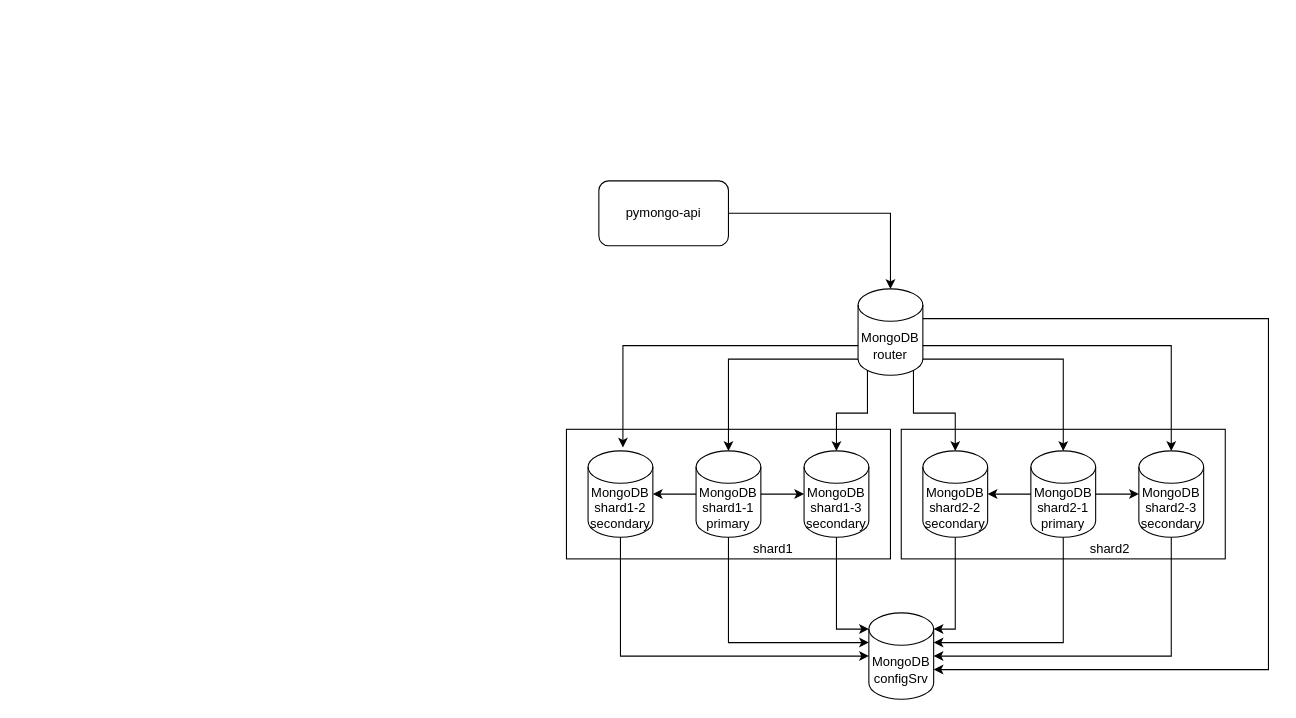
The draw.io diagram diagrams/task1.drawio in Alex009/architecture-sprint-2, before the edit. Source tidied: cells renumbered, new cells numbered last; positions are measured from the earlier drawing's top-left corner, leaving out a move shared by most shapes. Both pictures are drawn from the tidied source at 108%, with x=0, y=0 at pixel (566, 180).
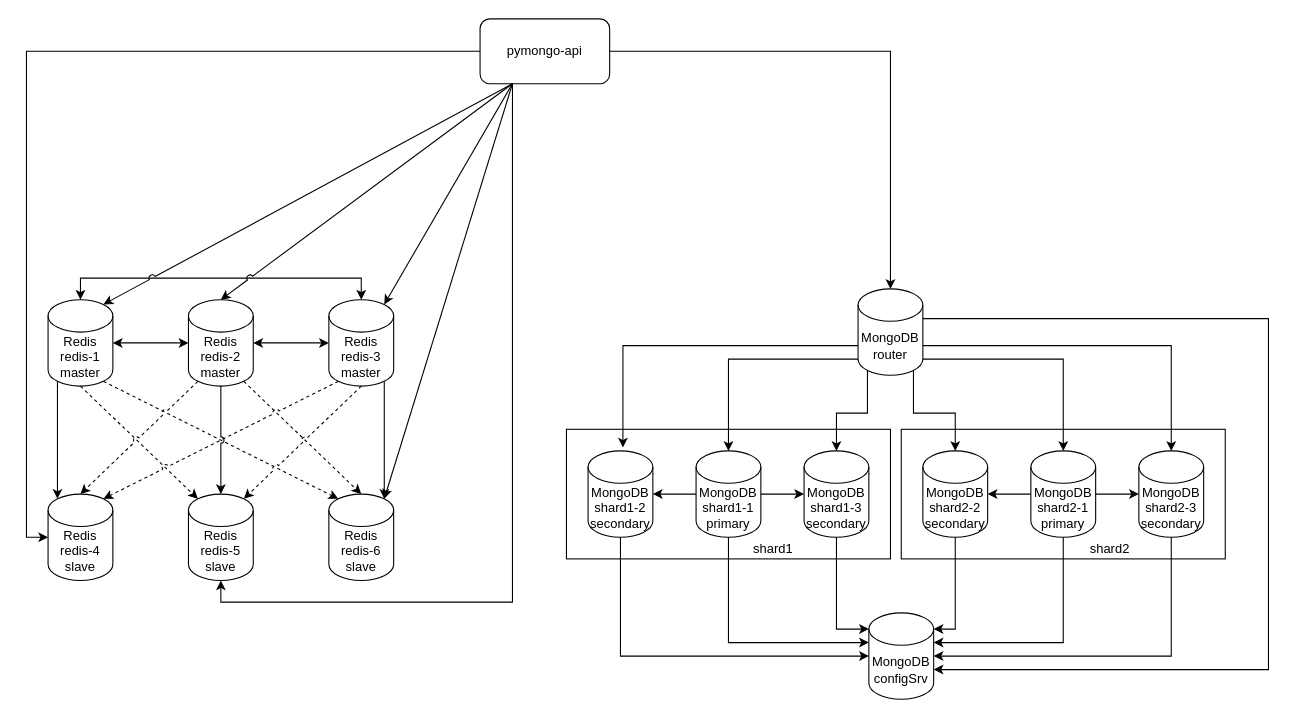
After the change.

Change to the diagram source:
```diff
@@
     <mxCell id="16" value="pymongo-api" style="rounded=1;whiteSpace=wrap;html=1;" parent="1" vertex="1">
-      <mxGeometry x="30" width="120" height="60" as="geometry" />
+      <mxGeometry x="-80" y="-150" width="120" height="60" as="geometry" />
     </mxCell>
@@
+    <mxCell id="33" value="Redis&lt;br&gt;redis-3&lt;br&gt;master" style="shape=cylinder3;whiteSpace=wrap;html=1;boundedLbl=1;backgroundOutline=1;size=15;" parent="1" vertex="1">
+      <mxGeometry x="-220" y="110" width="60" height="80" as="geometry" />
+    </mxCell>
+    <mxCell id="34" value="Redis&lt;br&gt;redis-2&lt;br&gt;master" style="shape=cylinder3;whiteSpace=wrap;html=1;boundedLbl=1;backgroundOutline=1;size=15;" parent="1" vertex="1">
+      <mxGeometry x="-350" y="110" width="60" height="80" as="geometry" />
+    </mxCell>
+    <mxCell id="35" value="Redis&lt;br&gt;redis-1&lt;br&gt;master" style="shape=cylinder3;whiteSpace=wrap;html=1;boundedLbl=1;backgroundOutline=1;size=15;" parent="1" vertex="1">
+      <mxGeometry x="-480" y="110" width="60" height="80" as="geometry" />
+    </mxCell>
+    <mxCell id="36" value="Redis&lt;br&gt;redis-4&lt;br&gt;slave" style="shape=cylinder3;whiteSpace=wrap;html=1;boundedLbl=1;backgroundOutline=1;size=15;" parent="1" vertex="1">
+      <mxGeometry x="-480" y="290" width="60" height="80" as="geometry" />
+    </mxCell>
+    <mxCell id="37" value="Redis&lt;br&gt;redis-5&lt;br&gt;slave" style="shape=cylinder3;whiteSpace=wrap;html=1;boundedLbl=1;backgroundOutline=1;size=15;" parent="1" vertex="1">
+      <mxGeometry x="-350" y="290" width="60" height="80" as="geometry" />
+    </mxCell>
+    <mxCell id="38" value="Redis&lt;br&gt;redis-6&lt;br&gt;slave" style="shape=cylinder3;whiteSpace=wrap;html=1;boundedLbl=1;backgroundOutline=1;size=15;" parent="1" vertex="1">
+      <mxGeometry x="-220" y="290" width="60" height="80" as="geometry" />
+    </mxCell>
+    <mxCell id="39" style="rounded=0;jettySize=auto;html=1;exitX=0.145;exitY=1;exitDx=0;exitDy=-4.35;exitPerimeter=0;entryX=0.145;entryY=0;entryDx=0;entryDy=4.35;entryPerimeter=0;jumpStyle=arc;" parent="1" edge="1" source="35" target="36">
+      <mxGeometry relative="1" as="geometry" />
+    </mxCell>
+    <mxCell id="40" style="rounded=0;jettySize=auto;html=1;exitX=0.5;exitY=1;exitDx=0;exitDy=0;exitPerimeter=0;entryX=0.145;entryY=0;entryDx=0;entryDy=4.35;entryPerimeter=0;dashed=1;" parent="1" edge="1" source="35" target="37">
+      <mxGeometry relative="1" as="geometry" />
+    </mxCell>
+    <mxCell id="41" style="rounded=0;jettySize=auto;html=1;exitX=0.855;exitY=1;exitDx=0;exitDy=-4.35;exitPerimeter=0;entryX=0.145;entryY=0;entryDx=0;entryDy=4.35;entryPerimeter=0;jumpStyle=arc;dashed=1;" parent="1" edge="1" source="35" target="38">
+      <mxGeometry relative="1" as="geometry" />
+    </mxCell>
+    <mxCell id="42" style="rounded=0;jettySize=auto;html=1;exitX=0.5;exitY=1;exitDx=0;exitDy=0;exitPerimeter=0;entryX=0.5;entryY=0;entryDx=0;entryDy=0;entryPerimeter=0;jumpStyle=arc;" parent="1" edge="1" source="34" target="37">
+      <mxGeometry relative="1" as="geometry" />
+    </mxCell>
+    <mxCell id="43" style="rounded=0;jettySize=auto;html=1;exitX=0.145;exitY=1;exitDx=0;exitDy=-4.35;exitPerimeter=0;entryX=0.5;entryY=0;entryDx=0;entryDy=0;entryPerimeter=0;jumpStyle=arc;dashed=1;" parent="1" edge="1" source="34" target="36">
+      <mxGeometry relative="1" as="geometry" />
+    </mxCell>
+    <mxCell id="44" style="rounded=0;jettySize=auto;html=1;exitX=0.855;exitY=1;exitDx=0;exitDy=-4.35;exitPerimeter=0;entryX=0.5;entryY=0;entryDx=0;entryDy=0;entryPerimeter=0;jumpStyle=arc;dashed=1;" parent="1" edge="1" source="34" target="38">
+      <mxGeometry relative="1" as="geometry" />
+    </mxCell>
+    <mxCell id="45" style="rounded=0;jettySize=auto;html=1;exitX=0.855;exitY=1;exitDx=0;exitDy=-4.35;exitPerimeter=0;entryX=0.855;entryY=0;entryDx=0;entryDy=4.35;entryPerimeter=0;jumpStyle=arc;" parent="1" edge="1" source="33" target="38">
+      <mxGeometry relative="1" as="geometry" />
+    </mxCell>
+    <mxCell id="46" style="rounded=0;jettySize=auto;html=1;exitX=0.5;exitY=1;exitDx=0;exitDy=0;exitPerimeter=0;entryX=0.855;entryY=0;entryDx=0;entryDy=4.35;entryPerimeter=0;jumpStyle=arc;dashed=1;" parent="1" edge="1" source="33" target="37">
+      <mxGeometry relative="1" as="geometry" />
+    </mxCell>
+    <mxCell id="47" style="rounded=0;jettySize=auto;html=1;exitX=0.145;exitY=1;exitDx=0;exitDy=-4.35;exitPerimeter=0;entryX=0.855;entryY=0;entryDx=0;entryDy=4.35;entryPerimeter=0;jumpStyle=arc;dashed=1;" parent="1" edge="1" source="33" target="36">
+      <mxGeometry relative="1" as="geometry" />
+    </mxCell>
+    <mxCell id="48" style="edgeStyle=orthogonalEdgeStyle;rounded=0;jettySize=auto;html=1;exitX=0;exitY=0.5;exitDx=0;exitDy=0;exitPerimeter=0;entryX=1;entryY=0.5;entryDx=0;entryDy=0;entryPerimeter=0;startArrow=classic;startFill=1;" parent="1" edge="1" source="34" target="35">
+      <mxGeometry relative="1" as="geometry" />
+    </mxCell>
+    <mxCell id="49" style="edgeStyle=orthogonalEdgeStyle;rounded=0;jettySize=auto;html=1;exitX=1;exitY=0.5;exitDx=0;exitDy=0;exitPerimeter=0;entryX=0;entryY=0.5;entryDx=0;entryDy=0;entryPerimeter=0;startArrow=classic;startFill=1;" parent="1" edge="1" source="34" target="33">
+      <mxGeometry relative="1" as="geometry" />
+    </mxCell>
+    <mxCell id="50" style="edgeStyle=orthogonalEdgeStyle;rounded=0;jettySize=auto;html=1;exitX=0.5;exitY=0;exitDx=0;exitDy=0;exitPerimeter=0;entryX=0.5;entryY=0;entryDx=0;entryDy=0;entryPerimeter=0;curved=0;startArrow=classic;startFill=1;" parent="1" edge="1" source="33" target="35">
+      <mxGeometry relative="1" as="geometry" />
+    </mxCell>
+    <mxCell id="51" style="rounded=0;jettySize=auto;html=1;exitX=0.25;exitY=1;exitDx=0;exitDy=0;entryX=0.855;entryY=0;entryDx=0;entryDy=4.35;entryPerimeter=0;jumpStyle=arc;" parent="1" edge="1" source="16" target="35">
+      <mxGeometry relative="1" as="geometry" />
+    </mxCell>
+    <mxCell id="52" style="rounded=0;jettySize=auto;html=1;exitX=0.25;exitY=1;exitDx=0;exitDy=0;entryX=0.5;entryY=0;entryDx=0;entryDy=0;entryPerimeter=0;jumpStyle=arc;" parent="1" edge="1" source="16" target="34">
+      <mxGeometry relative="1" as="geometry" />
+    </mxCell>
+    <mxCell id="53" style="rounded=0;jettySize=auto;html=1;exitX=0.25;exitY=1;exitDx=0;exitDy=0;entryX=0.855;entryY=0;entryDx=0;entryDy=4.35;entryPerimeter=0;jumpStyle=arc;" parent="1" edge="1" source="16" target="33">
+      <mxGeometry relative="1" as="geometry" />
+    </mxCell>
+    <mxCell id="54" style="rounded=0;jettySize=auto;html=1;exitX=0.25;exitY=1;exitDx=0;exitDy=0;entryX=0.855;entryY=0;entryDx=0;entryDy=4.35;entryPerimeter=0;" parent="1" edge="1" source="16" target="38">
+      <mxGeometry relative="1" as="geometry" />
+    </mxCell>
+    <mxCell id="55" style="edgeStyle=orthogonalEdgeStyle;rounded=0;jettySize=auto;html=1;exitX=0;exitY=0.5;exitDx=0;exitDy=0;entryX=0;entryY=0.5;entryDx=0;entryDy=0;entryPerimeter=0;" parent="1" edge="1" source="16" target="36">
+      <mxGeometry relative="1" as="geometry" />
+    </mxCell>
+    <mxCell id="56" style="edgeStyle=orthogonalEdgeStyle;rounded=0;jettySize=auto;html=1;exitX=0.25;exitY=1;exitDx=0;exitDy=0;entryX=0.5;entryY=1;entryDx=0;entryDy=0;entryPerimeter=0;" parent="1" edge="1" source="16" target="37">
+      <mxGeometry relative="1" as="geometry" />
+    </mxCell>
```
